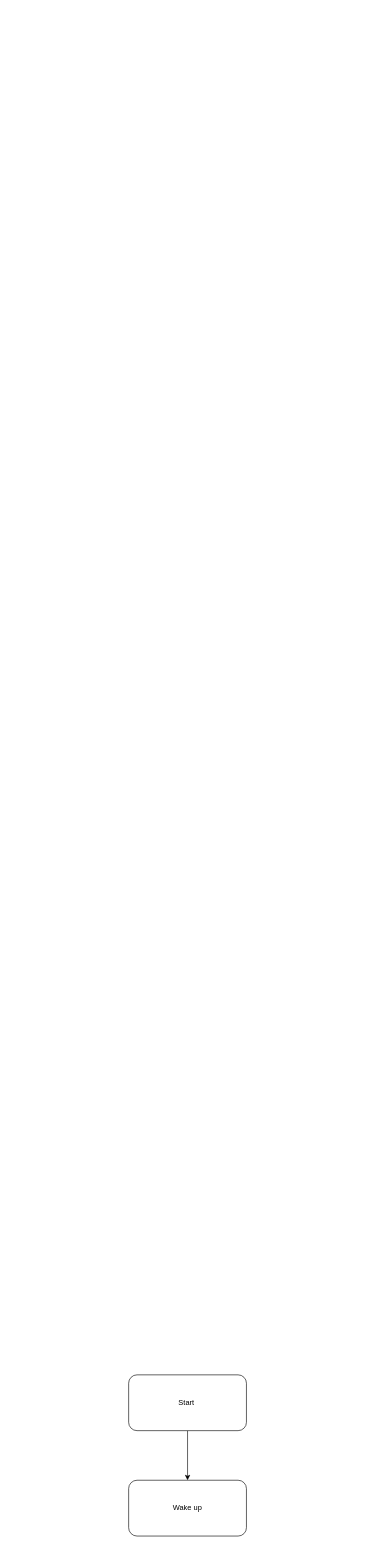
This is Untitled Diagram.drawio from IngPun/Nijatohn-Ing, a draw.io file, before an edit. Source tidied: cells renumbered, new cells numbered last; positions are measured from the earlier drawing's top-left corner, leaving out a move shared by most shapes. Both pictures are drawn from the tidied source at 62%, with x=0, y=0 at pixel (128, 1375).
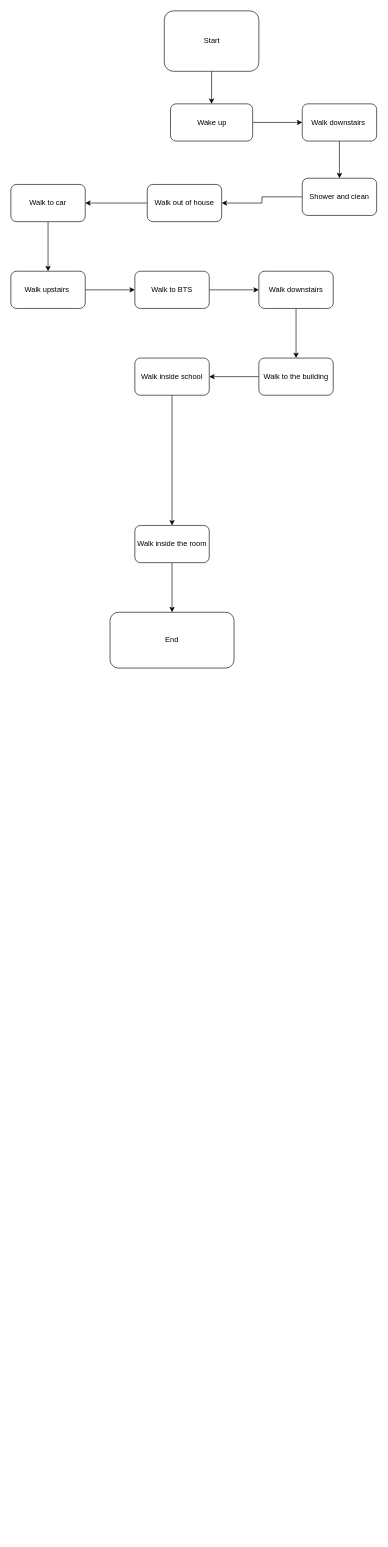
After the change.

Diff of the diagram source:
```diff
@@
-    <mxCell id="3" value="Start&amp;nbsp;" style="rounded=1;whiteSpace=wrap;html=1;" parent="1" vertex="1">
-      <mxGeometry width="190" height="90" as="geometry" />
+    <mxCell id="3" value="Start" style="rounded=1;whiteSpace=wrap;html=1;direction=south;" parent="1" vertex="1">
+      <mxGeometry x="57.5" y="-2200" width="152.5" height="97.5" as="geometry" />
     </mxCell>
+    <mxCell id="5" style="edgeStyle=orthogonalEdgeStyle;rounded=0;jettySize=auto;html=1;" parent="1" edge="1" source="4" target="7">
+      <mxGeometry relative="1" as="geometry" />
+    </mxCell>
-    <mxCell id="4" value="Wake up" style="rounded=1;whiteSpace=wrap;html=1;" parent="1" vertex="1">
-      <mxGeometry y="170" width="190" height="90" as="geometry" />
+    <mxCell id="4" value="Wake up" style="rounded=1;whiteSpace=wrap;html=1;direction=south;" parent="1" vertex="1">
+      <mxGeometry x="67.5" y="-2050" width="132.5" height="60" as="geometry" />
     </mxCell>
+    <mxCell id="6" style="edgeStyle=orthogonalEdgeStyle;rounded=0;jettySize=auto;html=1;" parent="1" edge="1" source="7" target="9">
+      <mxGeometry relative="1" as="geometry" />
+    </mxCell>
+    <mxCell id="7" value="Walk downstairs&amp;nbsp;" style="whiteSpace=wrap;html=1;rounded=1;" parent="1" vertex="1">
+      <mxGeometry x="280" y="-2050" width="120" height="60" as="geometry" />
+    </mxCell>
+    <mxCell id="8" style="edgeStyle=orthogonalEdgeStyle;rounded=0;jettySize=auto;html=1;" parent="1" edge="1" source="9" target="11">
+      <mxGeometry relative="1" as="geometry" />
+    </mxCell>
+    <mxCell id="9" value="Shower and clean" style="whiteSpace=wrap;html=1;rounded=1;" parent="1" vertex="1">
+      <mxGeometry x="280" y="-1930" width="120" height="60" as="geometry" />
+    </mxCell>
+    <mxCell id="10" style="edgeStyle=orthogonalEdgeStyle;rounded=0;jettySize=auto;html=1;" parent="1" edge="1" source="11" target="13">
+      <mxGeometry relative="1" as="geometry" />
+    </mxCell>
+    <mxCell id="11" value="Walk out of house" style="whiteSpace=wrap;html=1;rounded=1;" parent="1" vertex="1">
+      <mxGeometry x="30" y="-1920" width="120" height="60" as="geometry" />
+    </mxCell>
+    <mxCell id="12" style="edgeStyle=orthogonalEdgeStyle;rounded=0;jettySize=auto;html=1;" parent="1" edge="1" source="13" target="15">
+      <mxGeometry relative="1" as="geometry" />
+    </mxCell>
+    <mxCell id="13" value="Walk to car" style="whiteSpace=wrap;html=1;rounded=1;" parent="1" vertex="1">
+      <mxGeometry x="-190" y="-1920" width="120" height="60" as="geometry" />
+    </mxCell>
+    <mxCell id="14" style="edgeStyle=orthogonalEdgeStyle;rounded=0;jettySize=auto;html=1;" parent="1" edge="1" source="15" target="17">
+      <mxGeometry relative="1" as="geometry" />
+    </mxCell>
+    <mxCell id="15" value="Walk upstairs&amp;nbsp;" style="whiteSpace=wrap;html=1;rounded=1;" parent="1" vertex="1">
+      <mxGeometry x="-190" y="-1780" width="120" height="60" as="geometry" />
+    </mxCell>
+    <mxCell id="16" style="edgeStyle=orthogonalEdgeStyle;rounded=0;jettySize=auto;html=1;" parent="1" edge="1" source="17" target="19">
+      <mxGeometry relative="1" as="geometry" />
+    </mxCell>
+    <mxCell id="17" value="Walk to BTS" style="whiteSpace=wrap;html=1;rounded=1;" parent="1" vertex="1">
+      <mxGeometry x="10" y="-1780" width="120" height="60" as="geometry" />
+    </mxCell>
+    <mxCell id="18" style="edgeStyle=orthogonalEdgeStyle;rounded=0;jettySize=auto;html=1;" parent="1" edge="1" source="19" target="21">
+      <mxGeometry relative="1" as="geometry" />
+    </mxCell>
+    <mxCell id="19" value="Walk downstairs" style="whiteSpace=wrap;html=1;rounded=1;" parent="1" vertex="1">
+      <mxGeometry x="210" y="-1780" width="120" height="60" as="geometry" />
+    </mxCell>
+    <mxCell id="20" style="edgeStyle=orthogonalEdgeStyle;rounded=0;jettySize=auto;html=1;" parent="1" edge="1" source="21" target="23">
+      <mxGeometry relative="1" as="geometry" />
+    </mxCell>
+    <mxCell id="21" value="Walk to t&lt;span style=&quot;white-space: pre;&quot;&gt;he building&lt;/span&gt;" style="whiteSpace=wrap;html=1;rounded=1;" parent="1" vertex="1">
+      <mxGeometry x="210" y="-1640" width="120" height="60" as="geometry" />
+    </mxCell>
+    <mxCell id="22" style="edgeStyle=orthogonalEdgeStyle;rounded=0;jettySize=auto;html=1;" parent="1" edge="1" source="23" target="25">
+      <mxGeometry relative="1" as="geometry" />
+    </mxCell>
+    <mxCell id="23" value="Walk inside school" style="whiteSpace=wrap;html=1;rounded=1;" parent="1" vertex="1">
+      <mxGeometry x="10" y="-1640" width="120" height="60" as="geometry" />
+    </mxCell>
+    <mxCell id="24" style="edgeStyle=orthogonalEdgeStyle;rounded=0;jettySize=auto;html=1;" parent="1" edge="1" source="25" target="26">
+      <mxGeometry relative="1" as="geometry" />
+    </mxCell>
+    <mxCell id="25" value="Walk inside the room" style="whiteSpace=wrap;html=1;rounded=1;" parent="1" vertex="1">
+      <mxGeometry x="10" y="-1370" width="120" height="60" as="geometry" />
+    </mxCell>
+    <mxCell id="26" value="End" style="whiteSpace=wrap;html=1;rounded=1;" parent="1" vertex="1">
+      <mxGeometry x="-30" y="-1230" width="200" height="90" as="geometry" />
+    </mxCell>
```
